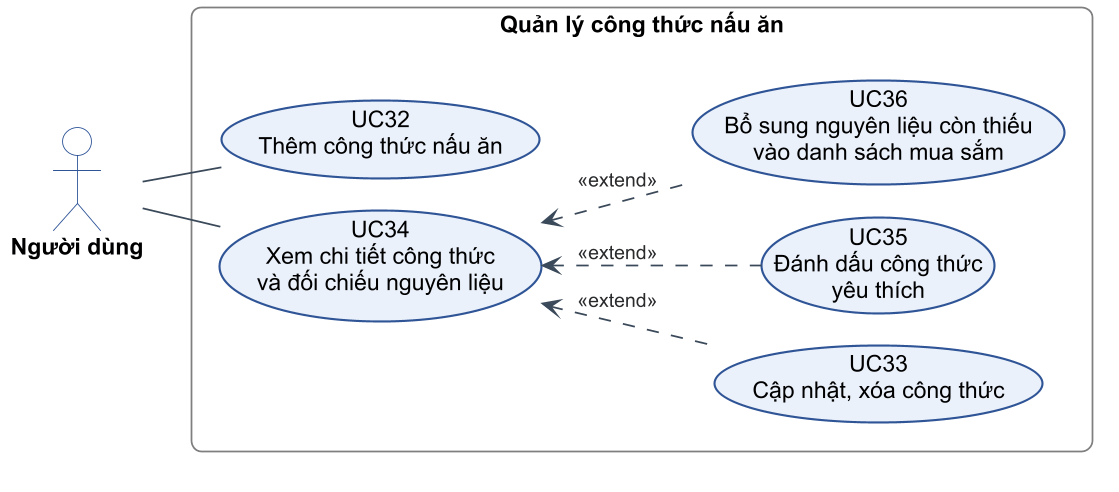
PhucNguyen204/report-project keeps this PlantUML diagram as figures/diagrams/c2-13-uc-cong-thuc.png. Above is the earlier version.
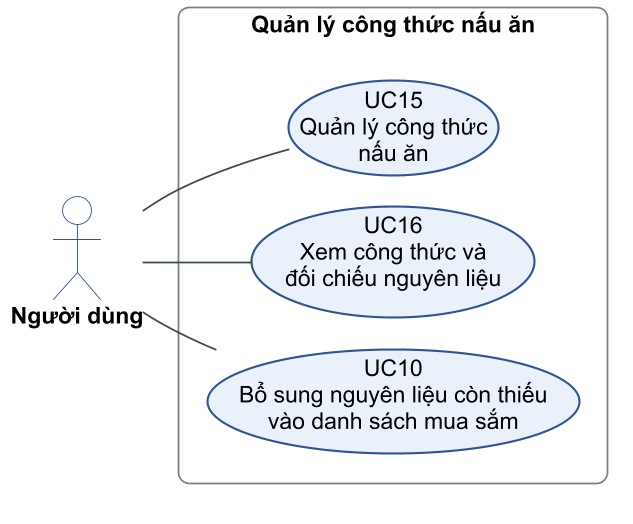
After the commit.

What changed in the source:
```diff
@@ -5,16 +5,12 @@
 actor "Người dùng" as U
 
 rectangle "Quản lý công thức nấu ăn" as B {
-  usecase "UC32\nThêm công thức nấu ăn" as UC32
-  usecase "UC34\nXem chi tiết công thức\nvà đối chiếu nguyên liệu" as UC34
-  usecase "UC33\nCập nhật, xóa công thức" as UC33
-  usecase "UC35\nĐánh dấu công thức\nyêu thích" as UC35
-  usecase "UC36\nBổ sung nguyên liệu còn thiếu\nvào danh sách mua sắm" as UC36
+  usecase "UC15\nQuản lý công thức\nnấu ăn" as UC15
+  usecase "UC16\nXem công thức và\nđối chiếu nguyên liệu" as UC16
+  usecase "UC10\nBổ sung nguyên liệu còn thiếu\nvào danh sách mua sắm" as UC10
 }
 
-U -- UC32
-U -- UC34
-UC34 <.. UC33 : <<extend>>
-UC34 <.. UC35 : <<extend>>
-UC34 <.. UC36 : <<extend>>
+U -- UC15
+U -- UC16
+U -- UC10
 @enduml
```
